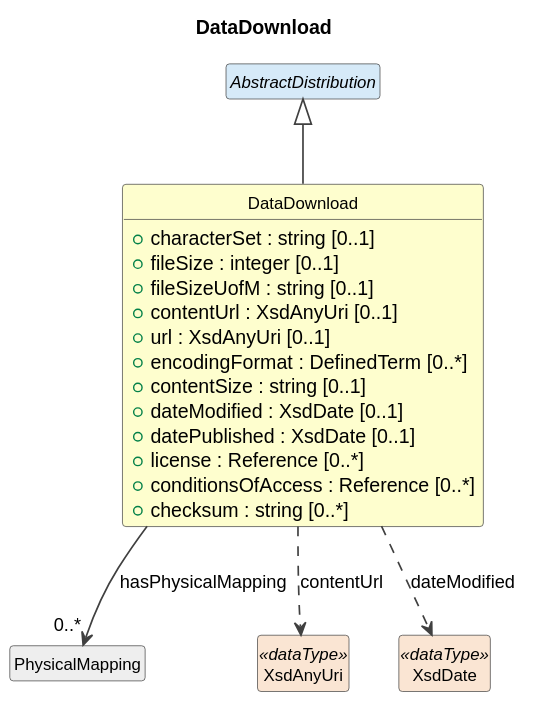
This is cdif-uml-model/_plantuml/cdifDataStructure/Classes/DataDownload.svg from Cross-Domain-Interoperability-Framework/metadataBuildingBlocks, a PlantUML export, as it was before one commit.
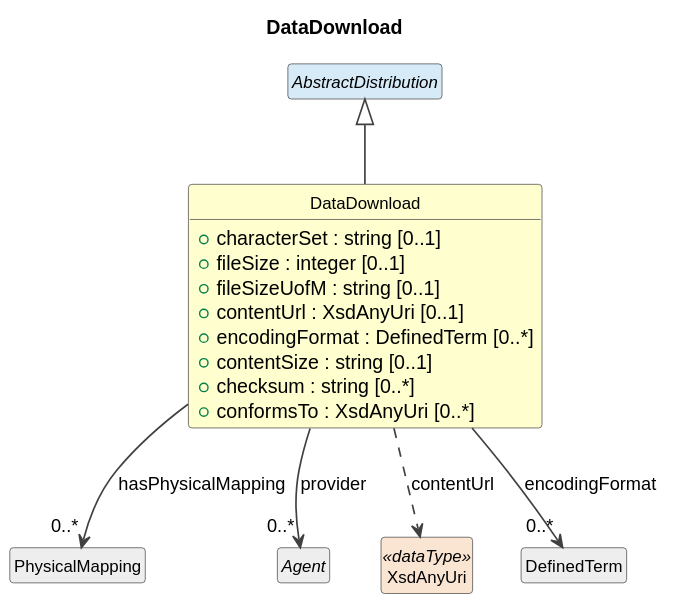
Above is the later version.

Diff of the diagram source:
```diff
@@ -15,21 +15,19 @@
   +fileSize : integer [0..1]
   +fileSizeUofM : string [0..1]
   +contentUrl : XsdAnyUri [0..1]
-  +url : XsdAnyUri [0..1]
   +encodingFormat : DefinedTerm [0..*]
   +contentSize : string [0..1]
-  +dateModified : XsdDate [0..1]
-  +datePublished : XsdDate [0..1]
-  +license : Reference [0..*]
-  +conditionsOfAccess : Reference [0..*]
   +checksum : string [0..*]
+  +conformsTo : XsdAnyUri [0..*]
 }
 abstract class "AbstractDistribution" as AbstractDistribution #D6EAF8
 AbstractDistribution <|-- DataDownload
 class "PhysicalMapping" as PhysicalMapping #EEEEEE
 DataDownload --> "0..*" PhysicalMapping : hasPhysicalMapping
+abstract class "Agent" as Agent #EEEEEE
+DataDownload --> "0..*" Agent : provider
 class "XsdAnyUri" as XsdAnyUri <<dataType>> #FAE5D3
 DataDownload ..> XsdAnyUri : contentUrl
-class "XsdDate" as XsdDate <<dataType>> #FAE5D3
-DataDownload ..> XsdDate : dateModified
+class "DefinedTerm" as DefinedTerm #EEEEEE
+DataDownload --> "0..*" DefinedTerm : encodingFormat
 @enduml
```
